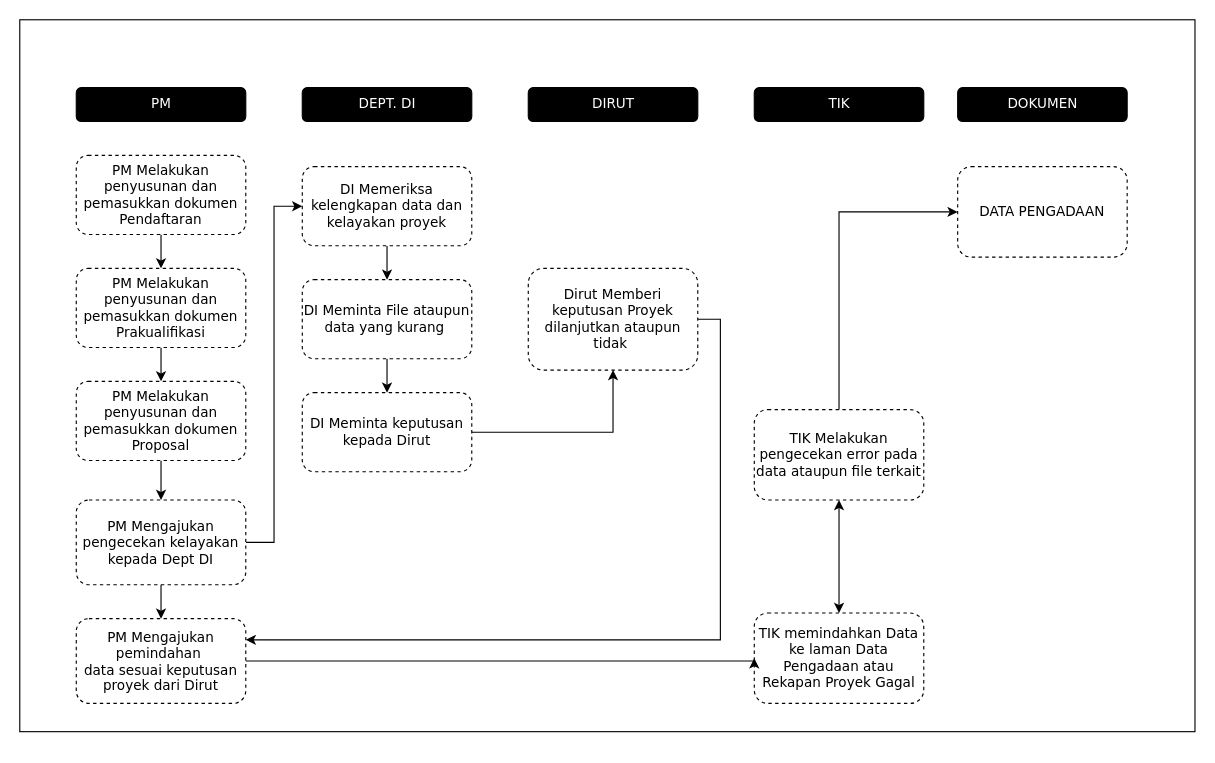
Earlier version of the draw.io diagram Pro_DataPengadaan.drawio (Tian7877/Hanoi_Tower). Source tidied: cells renumbered, new cells numbered last; positions are measured from the earlier drawing's top-left corner, leaving out a move shared by most shapes. Both pictures are drawn from the tidied source at 113%, with x=0, y=0 at pixel (19, 19).
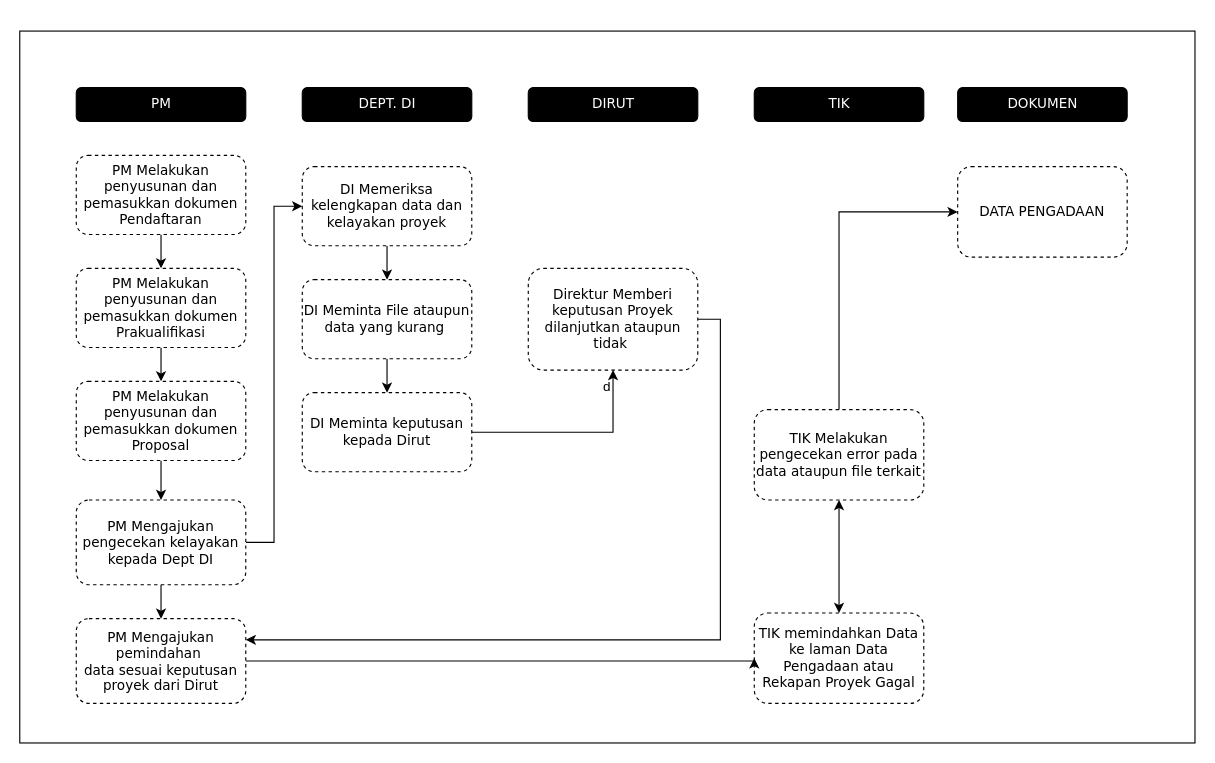
The same diagram, later.

What changed in the source:
```diff
@@
-    <mxCell id="9" value="&lt;font face=&quot;Verdana&quot;&gt;Dirut Memberi keputusan Proyek dilanjutkan ataupun tidak&amp;nbsp;&lt;/font&gt;" style="rounded=1;whiteSpace=wrap;html=1;dashed=1;" parent="1" vertex="1">
+    <mxCell id="9" value="&lt;font face=&quot;Verdana&quot;&gt;Direktur Memberi keputusan Proyek dilanjutkan ataupun tidak&amp;nbsp;&lt;/font&gt;" style="rounded=1;whiteSpace=wrap;html=1;dashed=1;" parent="1" vertex="1">
       <mxGeometry x="450" y="220" width="150" height="90" as="geometry" />
     </mxCell>
@@
-    <mxCell id="32" style="rounded=0;whiteSpace=wrap;html=1;fillColor=none;" parent="1" vertex="1">
-      <mxGeometry width="1040" height="630" as="geometry" />
+    <mxCell id="32" value="d" style="rounded=0;whiteSpace=wrap;html=1;fillColor=none;" parent="1" vertex="1">
+      <mxGeometry y="10" width="1040" height="630" as="geometry" />
     </mxCell>
```
